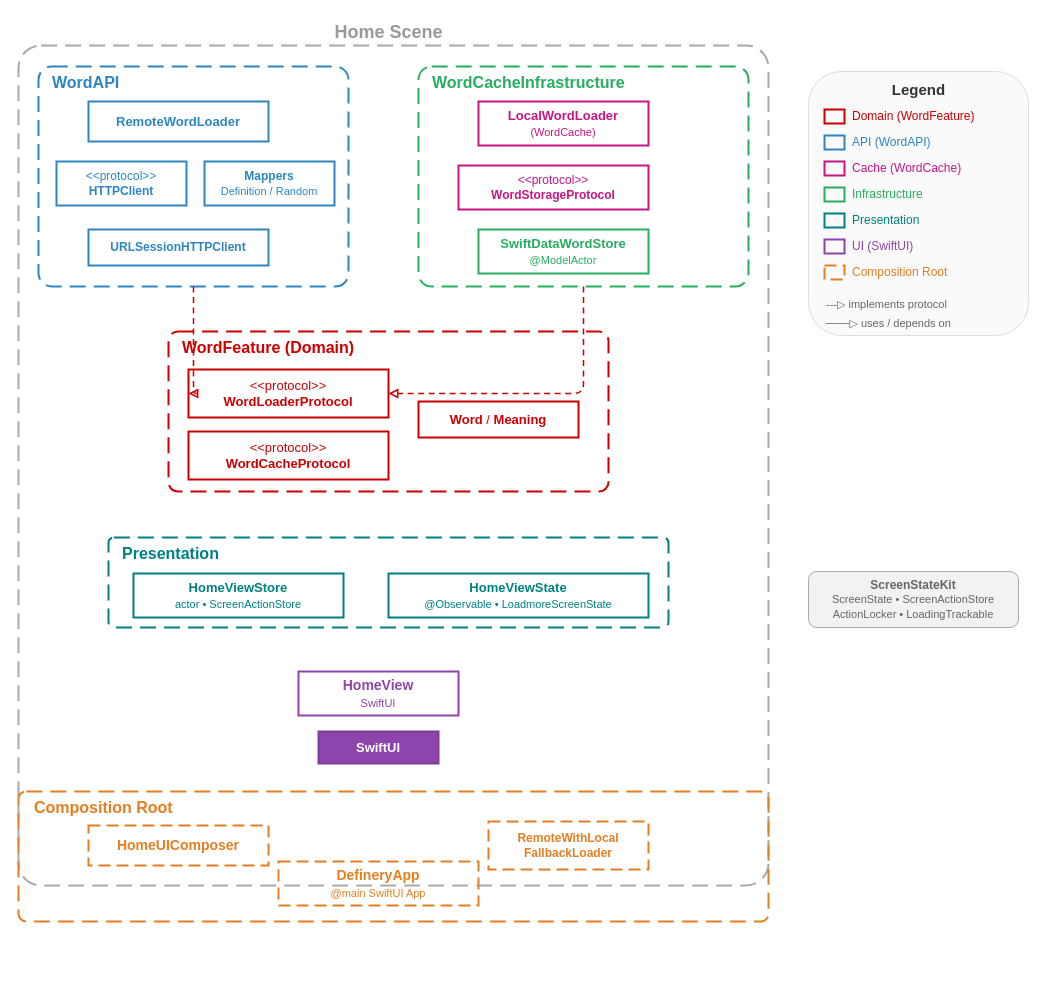
The draw.io diagram docs/images/detailed-architecture.drawio in anthony1810/Definery, before the edit. Source tidied: cells renumbered, new cells numbered last; positions are measured from the earlier drawing's top-left corner, leaving out a move shared by most shapes. Both pictures are drawn from the tidied source at 100%, with x=0, y=0 at pixel (18, 17).
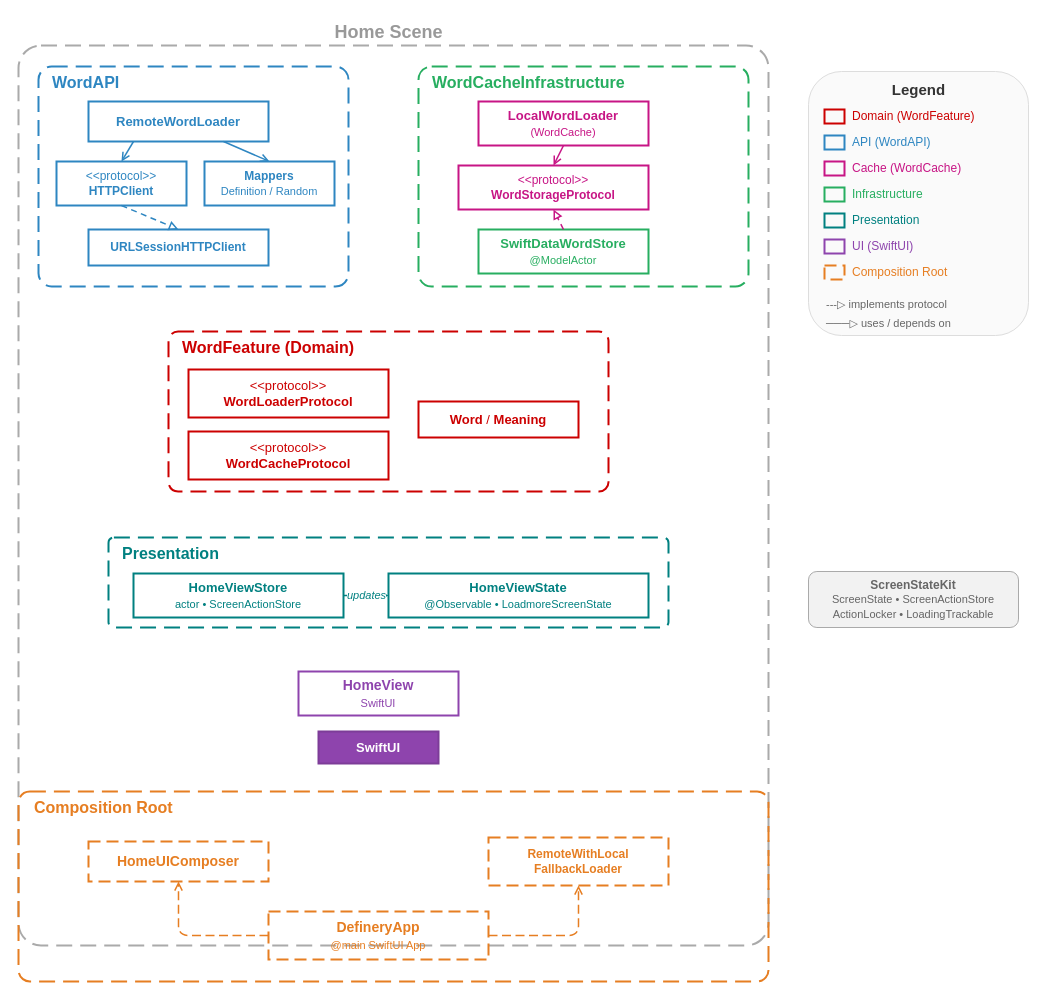
The same diagram, later.

Commit message (it also covers changes not shown here):
Add internal arrows within module boxes and expand Composition Root

Show component relationships inside each module boundary box:
WordAPI, WordCacheInfra, Presentation, and Composition Root.
Remove cross-module arrows. Give Composition Root more space.

Unchanged cells that the change refers to:
```xml
<mxCell id="4" style="rounded=1;whiteSpace=wrap;html=1;fillColor=none;strokeColor=#2E86C1;strokeWidth=2;dashed=1;dashPattern=8 4;arcSize=6;" parent="1" vertex="1">
  <mxGeometry x="20" y="49" width="310" height="220" as="geometry" />
</mxCell>
<mxCell id="6" value="&lt;font color=&quot;#2E86C1&quot;&gt;&lt;b&gt;RemoteWordLoader&lt;/b&gt;&lt;/font&gt;" style="rounded=0;whiteSpace=wrap;html=1;fillColor=none;strokeColor=#2E86C1;strokeWidth=2;fontSize=13;" parent="1" vertex="1">
  <mxGeometry x="70" y="84" width="180" height="40" as="geometry" />
</mxCell>
<mxCell id="7" value="&lt;font color=&quot;#2E86C1&quot;&gt;&amp;lt;&amp;lt;protocol&amp;gt;&amp;gt;&lt;br&gt;&lt;b&gt;HTTPClient&lt;/b&gt;&lt;/font&gt;" style="rounded=0;whiteSpace=wrap;html=1;fillColor=none;strokeColor=#2E86C1;strokeWidth=2;fontSize=12;" parent="1" vertex="1">
  <mxGeometry x="38" y="144" width="130" height="44" as="geometry" />
</mxCell>
<mxCell id="8" value="&lt;font color=&quot;#2E86C1&quot;&gt;&lt;b&gt;Mappers&lt;/b&gt;&lt;br&gt;&lt;font style=&quot;font-size: 11px;&quot;&gt;Definition / Random&lt;/font&gt;&lt;/font&gt;" style="rounded=0;whiteSpace=wrap;html=1;fillColor=none;strokeColor=#2E86C1;strokeWidth=2;fontSize=12;" parent="1" vertex="1">
  <mxGeometry x="186" y="144" width="130" height="44" as="geometry" />
</mxCell>
<mxCell id="9" value="&lt;font color=&quot;#2E86C1&quot;&gt;&lt;b&gt;URLSessionHTTPClient&lt;/b&gt;&lt;/font&gt;" style="rounded=0;whiteSpace=wrap;html=1;fillColor=none;strokeColor=#2E86C1;strokeWidth=2;fontSize=12;" parent="1" vertex="1">
  <mxGeometry x="70" y="212" width="180" height="36" as="geometry" />
</mxCell>
<mxCell id="10" style="rounded=1;whiteSpace=wrap;html=1;fillColor=none;strokeColor=#27AE60;strokeWidth=2;dashed=1;dashPattern=8 4;arcSize=6;" parent="1" vertex="1">
  <mxGeometry x="400" y="49" width="330" height="220" as="geometry" />
</mxCell>
<mxCell id="12" value="&lt;font color=&quot;#C71585&quot;&gt;&lt;b&gt;LocalWordLoader&lt;/b&gt;&lt;br&gt;&lt;font style=&quot;font-size: 11px;&quot;&gt;(WordCache)&lt;/font&gt;&lt;/font&gt;" style="rounded=0;whiteSpace=wrap;html=1;fillColor=none;strokeColor=#C71585;strokeWidth=2;fontSize=13;" parent="1" vertex="1">
  <mxGeometry x="460" y="84" width="170" height="44" as="geometry" />
</mxCell>
<mxCell id="13" value="&lt;font color=&quot;#C71585&quot;&gt;&amp;lt;&amp;lt;protocol&amp;gt;&amp;gt;&lt;br&gt;&lt;b&gt;WordStorageProtocol&lt;/b&gt;&lt;/font&gt;" style="rounded=0;whiteSpace=wrap;html=1;fillColor=none;strokeColor=#C71585;strokeWidth=2;fontSize=12;" parent="1" vertex="1">
  <mxGeometry x="440" y="148" width="190" height="44" as="geometry" />
</mxCell>
<mxCell id="14" value="&lt;font color=&quot;#27AE60&quot;&gt;&lt;b&gt;SwiftDataWordStore&lt;/b&gt;&lt;br&gt;&lt;font style=&quot;font-size: 11px;&quot;&gt;@ModelActor&lt;/font&gt;&lt;/font&gt;" style="rounded=0;whiteSpace=wrap;html=1;fillColor=none;strokeColor=#27AE60;strokeWidth=2;fontSize=13;" parent="1" vertex="1">
  <mxGeometry x="460" y="212" width="170" height="44" as="geometry" />
</mxCell>
<mxCell id="17" value="&lt;font color=&quot;#CC0000&quot;&gt;&amp;lt;&amp;lt;protocol&amp;gt;&amp;gt;&lt;br&gt;&lt;b&gt;WordLoaderProtocol&lt;/b&gt;&lt;/font&gt;" style="rounded=0;whiteSpace=wrap;html=1;fillColor=none;strokeColor=#CC0000;strokeWidth=2;fontSize=13;" parent="1" vertex="1">
  <mxGeometry x="170" y="352" width="200" height="48" as="geometry" />
</mxCell>
<mxCell id="22" value="&lt;font color=&quot;#008080&quot;&gt;&lt;b&gt;HomeViewStore&lt;/b&gt;&lt;br&gt;&lt;font style=&quot;font-size: 11px;&quot;&gt;actor &amp;bull; ScreenActionStore&lt;/font&gt;&lt;/font&gt;" style="rounded=0;whiteSpace=wrap;html=1;fillColor=none;strokeColor=#008080;strokeWidth=2;fontSize=13;" parent="1" vertex="1">
  <mxGeometry x="115" y="556" width="210" height="44" as="geometry" />
</mxCell>
<mxCell id="23" value="&lt;font color=&quot;#008080&quot;&gt;&lt;b&gt;HomeViewState&lt;/b&gt;&lt;br&gt;&lt;font style=&quot;font-size: 11px;&quot;&gt;@Observable &amp;bull; LoadmoreScreenState&lt;/font&gt;&lt;/font&gt;" style="rounded=0;whiteSpace=wrap;html=1;fillColor=none;strokeColor=#008080;strokeWidth=2;fontSize=13;" parent="1" vertex="1">
  <mxGeometry x="370" y="556" width="260" height="44" as="geometry" />
</mxCell>
```

What changed in the source:
```diff
@@
     <mxCell id="2" style="rounded=1;whiteSpace=wrap;html=1;fillColor=none;strokeColor=#AAAAAA;strokeWidth=2;dashed=1;dashPattern=8 4;arcSize=3;" parent="1" vertex="1">
-      <mxGeometry y="28" width="750" height="840" as="geometry" />
+      <mxGeometry y="28" width="750" height="900" as="geometry" />
     </mxCell>
@@
+    <mxCell id="52" style="endArrow=open;html=1;strokeWidth=1.5;strokeColor=#2E86C1;exitX=0.25;exitY=1;entryX=0.5;entryY=0;endFill=0;" parent="1" edge="1" source="6" target="7">
+      <mxGeometry relative="1" as="geometry" />
+    </mxCell>
+    <mxCell id="53" style="endArrow=open;html=1;strokeWidth=1.5;strokeColor=#2E86C1;exitX=0.75;exitY=1;entryX=0.5;entryY=0;endFill=0;" parent="1" edge="1" source="6" target="8">
+      <mxGeometry relative="1" as="geometry" />
+    </mxCell>
+    <mxCell id="54" style="endArrow=block;html=1;strokeWidth=1.5;strokeColor=#2E86C1;dashed=1;dashPattern=4 3;exitX=0.5;exitY=1;entryX=0.5;entryY=0;endFill=0;" parent="1" edge="1" source="7" target="9">
+      <mxGeometry relative="1" as="geometry" />
+    </mxCell>
@@
+    <mxCell id="55" style="endArrow=open;html=1;strokeWidth=1.5;strokeColor=#C71585;exitX=0.5;exitY=1;entryX=0.5;entryY=0;endFill=0;" parent="1" edge="1" source="12" target="13">
+      <mxGeometry relative="1" as="geometry" />
+    </mxCell>
+    <mxCell id="56" style="endArrow=block;html=1;strokeWidth=1.5;strokeColor=#C71585;dashed=1;dashPattern=4 3;exitX=0.5;exitY=0;entryX=0.5;entryY=1;endFill=0;" parent="1" edge="1" source="14" target="13">
+      <mxGeometry relative="1" as="geometry" />
+    </mxCell>
@@
+    <mxCell id="57" value="&lt;font style=&quot;font-size: 11px;&quot; color=&quot;#008080&quot;&gt;&lt;i&gt;updates&lt;/i&gt;&lt;/font&gt;" style="endArrow=open;html=1;strokeWidth=1.5;strokeColor=#008080;exitX=1;exitY=0.5;entryX=0;entryY=0.5;endFill=0;" parent="1" edge="1" source="22" target="23">
+      <mxGeometry relative="1" as="geometry" />
+    </mxCell>
@@
     <mxCell id="26" style="rounded=1;whiteSpace=wrap;html=1;fillColor=none;strokeColor=#E67E22;strokeWidth=2;dashed=1;dashPattern=8 4;arcSize=6;" parent="1" vertex="1">
-      <mxGeometry y="774" width="750" height="130" as="geometry" />
+      <mxGeometry y="774" width="750" height="190" as="geometry" />
     </mxCell>
@@
-    <mxCell id="28" value="&lt;font color=&quot;#E67E22&quot;&gt;&lt;b&gt;DefineryApp&lt;/b&gt;&lt;br&gt;&lt;font style=&quot;font-size: 11px;&quot;&gt;@main SwiftUI App&lt;/font&gt;&lt;/font&gt;" style="rounded=0;whiteSpace=wrap;html=1;fillColor=none;strokeColor=#E67E22;strokeWidth=2;dashed=1;dashPattern=6 3;fontSize=14;" parent="1" vertex="1">
-      <mxGeometry x="260" y="844" width="200" height="44" as="geometry" />
-    </mxCell>
     <mxCell id="29" value="&lt;font color=&quot;#E67E22&quot;&gt;&lt;b&gt;HomeUIComposer&lt;/b&gt;&lt;/font&gt;" style="rounded=0;whiteSpace=wrap;html=1;fillColor=none;strokeColor=#E67E22;strokeWidth=2;dashed=1;dashPattern=6 3;fontSize=14;" parent="1" vertex="1">
-      <mxGeometry x="70" y="808" width="180" height="40" as="geometry" />
+      <mxGeometry x="70" y="824" width="180" height="40" as="geometry" />
     </mxCell>
     <mxCell id="30" value="&lt;font color=&quot;#E67E22&quot;&gt;&lt;b&gt;RemoteWithLocal&lt;br&gt;FallbackLoader&lt;/b&gt;&lt;/font&gt;" style="rounded=0;whiteSpace=wrap;html=1;fillColor=none;strokeColor=#E67E22;strokeWidth=2;dashed=1;dashPattern=6 3;fontSize=12;" parent="1" vertex="1">
-      <mxGeometry x="470" y="804" width="160" height="48" as="geometry" />
+      <mxGeometry x="470" y="820" width="180" height="48" as="geometry" />
     </mxCell>
-    <mxCell id="31" style="endArrow=block;html=1;strokeWidth=1.5;strokeColor=#CC0000;dashed=1;dashPattern=4 3;endFill=0;exitX=0.5;exitY=1;entryX=0;entryY=0.5;" parent="1" edge="1" source="4" target="17">
-      <mxGeometry relative="1" as="geometry">
-        <Array as="points">
-          <mxPoint x="175" y="376" />
-        </Array>
-      </mxGeometry>
-    </mxCell>
-    <mxCell id="32" style="endArrow=block;html=1;strokeWidth=1.5;strokeColor=#CC0000;dashed=1;dashPattern=4 3;endFill=0;exitX=0.5;exitY=1;entryX=1;entryY=0.5;" parent="1" edge="1" source="10" target="17">
-      <mxGeometry relative="1" as="geometry">
-        <Array as="points">
-          <mxPoint x="565" y="376" />
-        </Array>
-      </mxGeometry>
-    </mxCell>
+    <mxCell id="28" value="&lt;font color=&quot;#E67E22&quot;&gt;&lt;b&gt;DefineryApp&lt;/b&gt;&lt;br&gt;&lt;font style=&quot;font-size: 11px;&quot;&gt;@main SwiftUI App&lt;/font&gt;&lt;/font&gt;" style="rounded=0;whiteSpace=wrap;html=1;fillColor=none;strokeColor=#E67E22;strokeWidth=2;dashed=1;dashPattern=6 3;fontSize=14;" parent="1" vertex="1">
+      <mxGeometry x="250" y="894" width="220" height="48" as="geometry" />
+    </mxCell>
+    <mxCell id="58" style="endArrow=open;html=1;strokeWidth=1.5;strokeColor=#E67E22;dashed=1;dashPattern=6 3;exitX=0;exitY=0.5;entryX=0.5;entryY=1;endFill=0;" parent="1" edge="1" source="28" target="29">
+      <mxGeometry relative="1" as="geometry">
+        <Array as="points">
+          <mxPoint x="160" y="918" />
+        </Array>
+      </mxGeometry>
+    </mxCell>
+    <mxCell id="59" style="endArrow=open;html=1;strokeWidth=1.5;strokeColor=#E67E22;dashed=1;dashPattern=6 3;exitX=1;exitY=0.5;entryX=0.5;entryY=1;endFill=0;" parent="1" edge="1" source="28" target="30">
+      <mxGeometry relative="1" as="geometry">
+        <Array as="points">
+          <mxPoint x="560" y="918" />
+        </Array>
+      </mxGeometry>
+    </mxCell>
```
